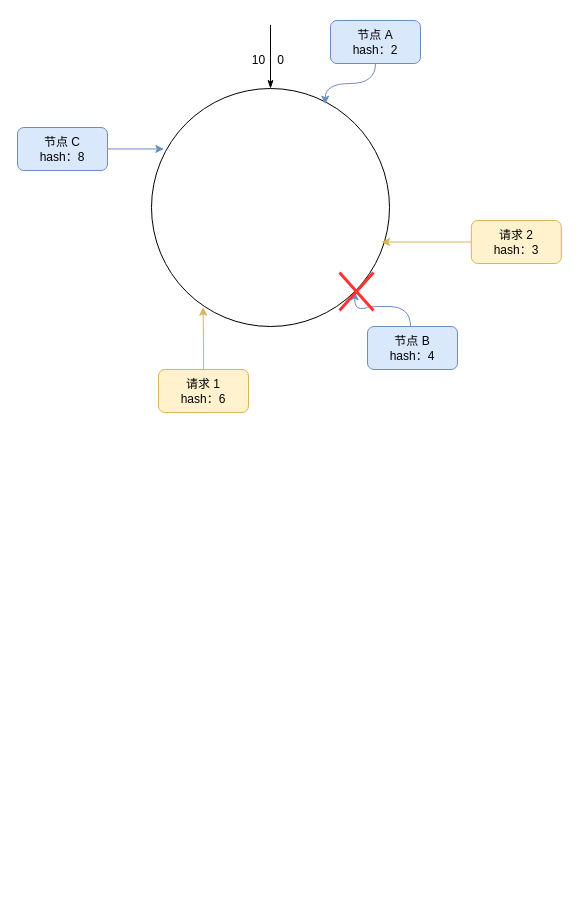
Before: consistent-hashing.drawio in howard12358/iodraw-files, a draw.io diagram. Source tidied: cells renumbered, new cells numbered last; positions are measured from the earlier drawing's top-left corner, leaving out a move shared by most shapes. Both pictures are drawn from the tidied source at 100%, with x=0, y=0 at pixel (17, 20).
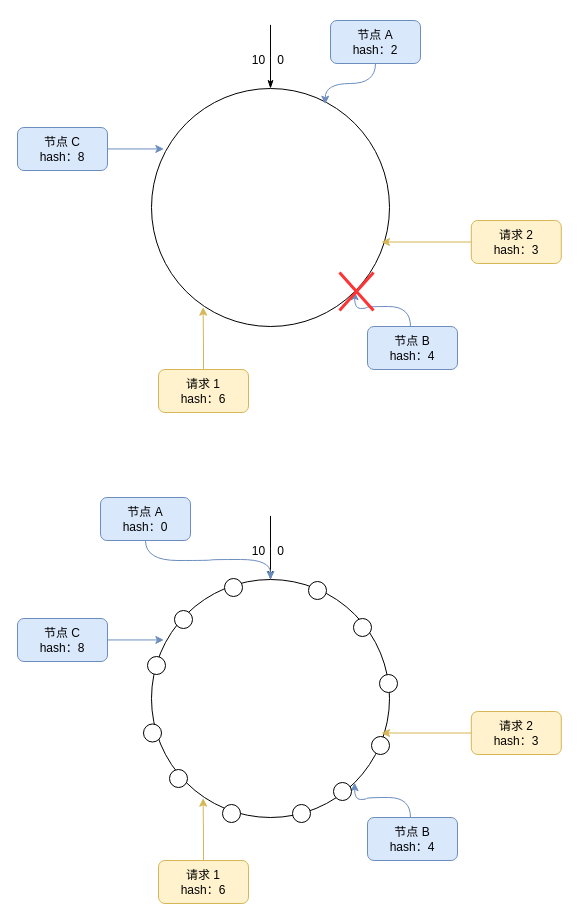
After the change.

What changed in the source:
```diff
@@
+    <mxCell id="17" style="edgeStyle=orthogonalEdgeStyle;rounded=0;jettySize=auto;html=1;startArrow=classicThin;startFill=1;endArrow=none;endFill=0;" parent="1" edge="1" source="18">
+      <mxGeometry relative="1" as="geometry">
+        <mxPoint x="253" y="495.4" as="targetPoint" />
+      </mxGeometry>
+    </mxCell>
+    <mxCell id="18" style="ellipse;whiteSpace=wrap;html=1;" parent="1" vertex="1">
+      <mxGeometry x="134" y="559" width="238" height="238" as="geometry" />
+    </mxCell>
+    <mxCell id="19" value="0" style="text;html=1;align=center;verticalAlign=middle;strokeColor=none;fillColor=none;" parent="1" vertex="1">
+      <mxGeometry x="250" y="518" width="25" height="26" as="geometry" />
+    </mxCell>
+    <mxCell id="20" value="10" style="text;html=1;align=center;verticalAlign=middle;strokeColor=none;fillColor=none;" parent="1" vertex="1">
+      <mxGeometry x="225" y="518" width="31" height="26" as="geometry" />
+    </mxCell>
+    <mxCell id="21" value="节点 A&lt;div&gt;hash：0&lt;/div&gt;" style="rounded=1;whiteSpace=wrap;html=1;fillColor=#dae8fc;strokeColor=#6c8ebf;" parent="1" vertex="1">
+      <mxGeometry x="83" y="477" width="90" height="43" as="geometry" />
+    </mxCell>
+    <mxCell id="22" style="edgeStyle=orthogonalEdgeStyle;rounded=0;jettySize=auto;html=1;entryX=0.5;entryY=0;entryDx=0;entryDy=0;curved=1;fillColor=#dae8fc;strokeColor=#6c8ebf;" parent="1" edge="1" source="21" target="18">
+      <mxGeometry relative="1" as="geometry" />
+    </mxCell>
+    <mxCell id="23" value="节点 B&lt;div&gt;hash：4&lt;/div&gt;" style="rounded=1;whiteSpace=wrap;html=1;fillColor=#dae8fc;strokeColor=#6c8ebf;" parent="1" vertex="1">
+      <mxGeometry x="350" y="797" width="90" height="43" as="geometry" />
+    </mxCell>
+    <mxCell id="24" style="edgeStyle=orthogonalEdgeStyle;rounded=0;jettySize=auto;html=1;entryX=1;entryY=1;entryDx=0;entryDy=0;curved=1;fillColor=#dae8fc;strokeColor=#6c8ebf;" parent="1" edge="1" source="23" target="18">
+      <mxGeometry relative="1" as="geometry">
+        <Array as="points">
+          <mxPoint x="393" y="777" />
+          <mxPoint x="349" y="777" />
+          <mxPoint x="349" y="779" />
+          <mxPoint x="337" y="779" />
+        </Array>
+      </mxGeometry>
+    </mxCell>
+    <mxCell id="25" value="节点 C&lt;div&gt;hash：8&lt;/div&gt;" style="rounded=1;whiteSpace=wrap;html=1;fillColor=#dae8fc;strokeColor=#6c8ebf;" parent="1" vertex="1">
+      <mxGeometry y="598" width="90" height="43" as="geometry" />
+    </mxCell>
+    <mxCell id="26" style="edgeStyle=orthogonalEdgeStyle;rounded=0;jettySize=auto;html=1;entryX=0.052;entryY=0.254;entryDx=0;entryDy=0;entryPerimeter=0;fillColor=#dae8fc;strokeColor=#6c8ebf;" parent="1" edge="1" source="25" target="18">
+      <mxGeometry relative="1" as="geometry" />
+    </mxCell>
+    <mxCell id="27" value="&lt;div&gt;请求 1&lt;/div&gt;&lt;div&gt;hash：6&lt;/div&gt;" style="rounded=1;whiteSpace=wrap;html=1;fillColor=#fff2cc;strokeColor=#d6b656;" parent="1" vertex="1">
+      <mxGeometry x="141" y="840" width="90" height="43" as="geometry" />
+    </mxCell>
+    <mxCell id="28" style="edgeStyle=orthogonalEdgeStyle;rounded=0;jettySize=auto;html=1;entryX=0.217;entryY=0.919;entryDx=0;entryDy=0;entryPerimeter=0;fillColor=#fff2cc;strokeColor=#d6b656;" parent="1" edge="1" source="27" target="18">
+      <mxGeometry relative="1" as="geometry" />
+    </mxCell>
+    <mxCell id="29" style="edgeStyle=orthogonalEdgeStyle;rounded=0;jettySize=auto;html=1;fillColor=#fff2cc;strokeColor=#d6b656;" parent="1" edge="1" source="30">
+      <mxGeometry relative="1" as="geometry">
+        <mxPoint x="364" y="712.5" as="targetPoint" />
+      </mxGeometry>
+    </mxCell>
+    <mxCell id="30" value="&lt;div&gt;请求 2&lt;/div&gt;&lt;div&gt;hash：3&lt;/div&gt;" style="rounded=1;whiteSpace=wrap;html=1;fillColor=#fff2cc;strokeColor=#d6b656;" parent="1" vertex="1">
+      <mxGeometry x="453.8" y="691" width="90" height="43" as="geometry" />
+    </mxCell>
+    <mxCell id="31" style="ellipse;whiteSpace=wrap;html=1;" parent="1" vertex="1">
+      <mxGeometry x="291" y="561" width="18" height="18" as="geometry" />
+    </mxCell>
+    <mxCell id="32" style="ellipse;whiteSpace=wrap;html=1;" parent="1" vertex="1">
+      <mxGeometry x="152" y="749" width="18" height="18" as="geometry" />
+    </mxCell>
+    <mxCell id="33" style="ellipse;whiteSpace=wrap;html=1;" parent="1" vertex="1">
+      <mxGeometry x="205" y="784" width="18" height="18" as="geometry" />
+    </mxCell>
+    <mxCell id="34" style="ellipse;whiteSpace=wrap;html=1;" parent="1" vertex="1">
+      <mxGeometry x="275" y="784" width="18" height="18" as="geometry" />
+    </mxCell>
+    <mxCell id="35" style="ellipse;whiteSpace=wrap;html=1;" parent="1" vertex="1">
+      <mxGeometry x="316" y="762" width="18" height="18" as="geometry" />
+    </mxCell>
+    <mxCell id="36" style="ellipse;whiteSpace=wrap;html=1;" parent="1" vertex="1">
+      <mxGeometry x="354" y="716" width="18" height="18" as="geometry" />
+    </mxCell>
+    <mxCell id="37" style="ellipse;whiteSpace=wrap;html=1;" parent="1" vertex="1">
+      <mxGeometry x="362" y="654" width="18" height="18" as="geometry" />
+    </mxCell>
+    <mxCell id="38" style="ellipse;whiteSpace=wrap;html=1;" parent="1" vertex="1">
+      <mxGeometry x="336" y="598" width="18" height="18" as="geometry" />
+    </mxCell>
+    <mxCell id="39" style="ellipse;whiteSpace=wrap;html=1;" parent="1" vertex="1">
+      <mxGeometry x="207" y="558" width="18" height="18" as="geometry" />
+    </mxCell>
+    <mxCell id="40" style="ellipse;whiteSpace=wrap;html=1;" parent="1" vertex="1">
+      <mxGeometry x="157" y="590" width="18" height="18" as="geometry" />
+    </mxCell>
+    <mxCell id="41" style="ellipse;whiteSpace=wrap;html=1;" parent="1" vertex="1">
+      <mxGeometry x="130" y="636" width="18" height="18" as="geometry" />
+    </mxCell>
+    <mxCell id="42" style="ellipse;whiteSpace=wrap;html=1;" parent="1" vertex="1">
+      <mxGeometry x="126" y="703.5" width="18" height="18" as="geometry" />
+    </mxCell>
```
